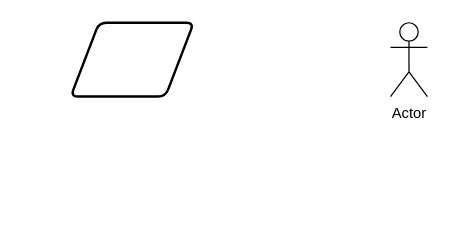
Before: 期末考试.drawio in Shouji24/diagram, a draw.io diagram. Source tidied: cells renumbered, new cells numbered last; positions are measured from the earlier drawing's top-left corner, leaving out a move shared by most shapes. Both pictures are drawn from the tidied source at 123%, with x=0, y=0 at pixel (70, 22).
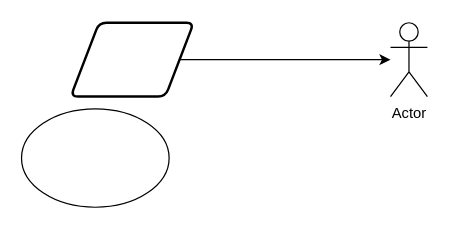
The same page after the edit.

Commit message:
更新期末考试.drawio

Change to the diagram source:
```diff
@@
 <mxGraphModel>
   <root>
     <mxCell id="0" />
     <mxCell id="1" parent="0" />
+    <mxCell id="4" style="edgeStyle=orthogonalEdgeStyle;rounded=0;jettySize=auto;html=1;exitX=1;exitY=0.5;exitDx=0;exitDy=0;" parent="1" edge="1" source="2" target="3">
+      <mxGeometry relative="1" as="geometry" />
+    </mxCell>
     <mxCell id="2" style="shape=parallelogram;html=1;strokeWidth=2;perimeter=parallelogramPerimeter;whiteSpace=wrap;rounded=1;arcSize=12;size=0.23;" parent="1" vertex="1">
       <mxGeometry width="100" height="60" as="geometry" />
     </mxCell>
     <mxCell id="3" value="Actor" style="shape=umlActor;verticalLabelPosition=bottom;verticalAlign=top;html=1;outlineConnect=0;" parent="1" vertex="1">
       <mxGeometry x="260" width="30" height="60" as="geometry" />
     </mxCell>
+    <mxCell id="5" style="ellipse;whiteSpace=wrap;html=1;" parent="1" vertex="1">
+      <mxGeometry x="-40" y="70" width="120" height="80" as="geometry" />
+    </mxCell>
   </root>
 </mxGraphModel>
```
